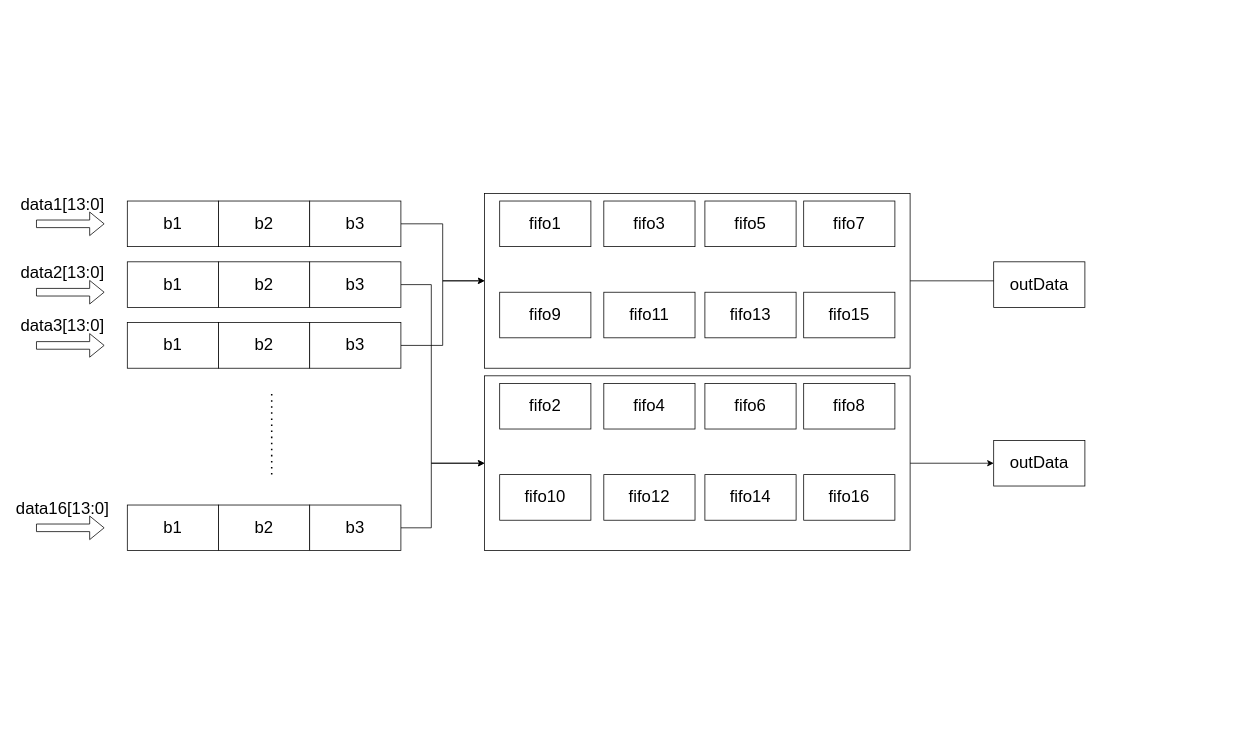
Above: pre_data.drawio in jinhaohust/doudizhu_poker (draw.io), before the change. Source tidied: cells renumbered, new cells numbered last; positions are measured from the earlier drawing's top-left corner, leaving out a move shared by most shapes. Both pictures are drawn from the tidied source at 76%, with x=0, y=0 at pixel (13, 185).
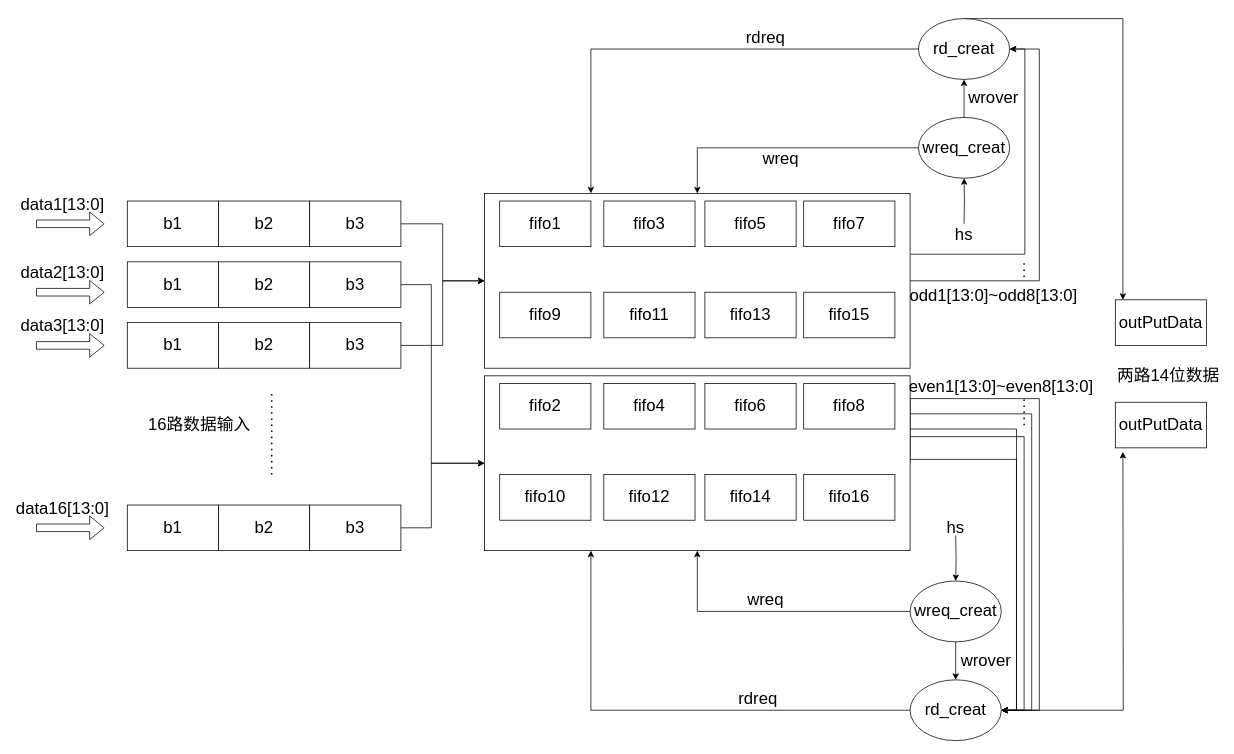
The same diagram, later.

Unchanged cells that the change refers to:
```xml
<mxCell id="28" style="rounded=0;whiteSpace=wrap;html=1;fontSize=22;" parent="1" vertex="1">
  <mxGeometry x="620" y="10" width="560" height="230" as="geometry" />
</mxCell>
<mxCell id="38" style="rounded=0;whiteSpace=wrap;html=1;fontSize=22;" parent="1" vertex="1">
  <mxGeometry x="620" y="250" width="560" height="230" as="geometry" />
</mxCell>
```

What changed in the source:
```diff
@@
-    <mxCell id="27" style="edgeStyle=orthogonalEdgeStyle;rounded=0;jettySize=auto;html=1;entryX=0.083;entryY=0.417;entryDx=0;entryDy=0;entryPerimeter=0;fontSize=22;" parent="1" edge="1" source="28" target="47">
-      <mxGeometry relative="1" as="geometry" />
-    </mxCell>
+    <mxCell id="49" style="edgeStyle=orthogonalEdgeStyle;rounded=0;jettySize=auto;html=1;fontSize=22;entryX=1;entryY=0.5;entryDx=0;entryDy=0;" parent="1" edge="1" source="28" target="74">
+      <mxGeometry relative="1" as="geometry">
+        <Array as="points">
+          <mxPoint x="1350" y="125" />
+          <mxPoint x="1350" y="-180" />
+        </Array>
+      </mxGeometry>
+    </mxCell>
+    <mxCell id="50" style="edgeStyle=orthogonalEdgeStyle;rounded=0;jettySize=auto;html=1;entryX=1;entryY=0.5;entryDx=0;entryDy=0;fontSize=22;" parent="1" edge="1" source="28" target="74">
+      <mxGeometry relative="1" as="geometry">
+        <Array as="points">
+          <mxPoint x="1331" y="90" />
+          <mxPoint x="1331" y="-180" />
+        </Array>
+      </mxGeometry>
+    </mxCell>
@@
-    <mxCell id="37" style="edgeStyle=orthogonalEdgeStyle;rounded=0;jettySize=auto;html=1;exitX=1;exitY=0.5;exitDx=0;exitDy=0;entryX=0;entryY=0.5;entryDx=0;entryDy=0;fontSize=22;" parent="1" edge="1" source="38" target="48">
-      <mxGeometry relative="1" as="geometry" />
+    <mxCell id="37" style="edgeStyle=orthogonalEdgeStyle;rounded=0;jettySize=auto;html=1;exitX=1;exitY=0.5;exitDx=0;exitDy=0;entryX=1;entryY=0.5;entryDx=0;entryDy=0;fontSize=22;" parent="1" edge="1" source="38" target="77">
+      <mxGeometry relative="1" as="geometry">
+        <Array as="points">
+          <mxPoint x="1180" y="280" />
+          <mxPoint x="1350" y="280" />
+          <mxPoint x="1350" y="690" />
+        </Array>
+      </mxGeometry>
     </mxCell>
+    <mxCell id="51" style="edgeStyle=orthogonalEdgeStyle;rounded=0;jettySize=auto;html=1;entryX=1;entryY=0.5;entryDx=0;entryDy=0;fontSize=22;" parent="1" edge="1" source="38" target="77">
+      <mxGeometry relative="1" as="geometry">
+        <Array as="points">
+          <mxPoint x="1340" y="300" />
+          <mxPoint x="1340" y="690" />
+        </Array>
+      </mxGeometry>
+    </mxCell>
+    <mxCell id="52" style="edgeStyle=orthogonalEdgeStyle;rounded=0;jettySize=auto;html=1;entryX=1;entryY=0.5;entryDx=0;entryDy=0;fontSize=22;" parent="1" edge="1" source="38" target="77">
+      <mxGeometry relative="1" as="geometry">
+        <Array as="points">
+          <mxPoint x="1320" y="320" />
+          <mxPoint x="1320" y="690" />
+        </Array>
+      </mxGeometry>
+    </mxCell>
+    <mxCell id="53" style="edgeStyle=orthogonalEdgeStyle;rounded=0;jettySize=auto;html=1;fontSize=22;entryX=1;entryY=0.5;entryDx=0;entryDy=0;" parent="1" edge="1" source="38" target="77">
+      <mxGeometry relative="1" as="geometry">
+        <Array as="points">
+          <mxPoint x="1330" y="330" />
+          <mxPoint x="1330" y="690" />
+        </Array>
+      </mxGeometry>
+    </mxCell>
+    <mxCell id="54" style="edgeStyle=orthogonalEdgeStyle;rounded=0;jettySize=auto;html=1;entryX=1;entryY=0.5;entryDx=0;entryDy=0;fontSize=22;" parent="1" edge="1" source="38" target="77">
+      <mxGeometry relative="1" as="geometry">
+        <Array as="points">
+          <mxPoint x="1320" y="360" />
+          <mxPoint x="1320" y="690" />
+        </Array>
+      </mxGeometry>
+    </mxCell>
@@
-    <mxCell id="47" value="outData" style="rounded=0;whiteSpace=wrap;html=1;fontSize=22;" parent="1" vertex="1">
-      <mxGeometry x="1290" y="100" width="120" height="60" as="geometry" />
-    </mxCell>
-    <mxCell id="48" value="outData" style="rounded=0;whiteSpace=wrap;html=1;fontSize=22;" parent="1" vertex="1">
-      <mxGeometry x="1290" y="335" width="120" height="60" as="geometry" />
-    </mxCell>
+    <mxCell id="55" style="edgeStyle=orthogonalEdgeStyle;rounded=0;jettySize=auto;html=1;entryX=0.5;entryY=0;entryDx=0;entryDy=0;fontSize=22;" parent="1" edge="1" source="58" target="28">
+      <mxGeometry relative="1" as="geometry" />
+    </mxCell>
+    <mxCell id="56" style="edgeStyle=orthogonalEdgeStyle;rounded=0;jettySize=auto;html=1;fontSize=22;" parent="1" edge="1" target="58">
+      <mxGeometry relative="1" as="geometry">
+        <mxPoint x="1251" y="50" as="sourcePoint" />
+      </mxGeometry>
+    </mxCell>
+    <mxCell id="57" style="edgeStyle=orthogonalEdgeStyle;rounded=0;jettySize=auto;html=1;entryX=0.5;entryY=1;entryDx=0;entryDy=0;fontSize=22;" parent="1" edge="1" source="58" target="74">
+      <mxGeometry relative="1" as="geometry" />
+    </mxCell>
+    <mxCell id="58" value="&lt;span&gt;wreq_creat&lt;/span&gt;" style="ellipse;whiteSpace=wrap;html=1;fontSize=22;" parent="1" vertex="1">
+      <mxGeometry x="1191" y="-90" width="120" height="80" as="geometry" />
+    </mxCell>
+    <mxCell id="59" style="edgeStyle=orthogonalEdgeStyle;rounded=0;jettySize=auto;html=1;entryX=0.5;entryY=1;entryDx=0;entryDy=0;fontSize=22;" parent="1" edge="1" source="62" target="38">
+      <mxGeometry relative="1" as="geometry">
+        <Array as="points">
+          <mxPoint x="900" y="560" />
+        </Array>
+      </mxGeometry>
+    </mxCell>
+    <mxCell id="60" style="edgeStyle=orthogonalEdgeStyle;rounded=0;jettySize=auto;html=1;fontSize=22;" parent="1" edge="1" target="62">
+      <mxGeometry relative="1" as="geometry">
+        <mxPoint x="1240" y="460" as="sourcePoint" />
+      </mxGeometry>
+    </mxCell>
+    <mxCell id="61" style="edgeStyle=orthogonalEdgeStyle;rounded=0;jettySize=auto;html=1;entryX=0.5;entryY=0;entryDx=0;entryDy=0;fontSize=22;" parent="1" edge="1" source="62" target="77">
+      <mxGeometry relative="1" as="geometry" />
+    </mxCell>
+    <mxCell id="62" value="wreq_creat" style="ellipse;whiteSpace=wrap;html=1;fontSize=22;" parent="1" vertex="1">
+      <mxGeometry x="1180" y="520" width="120" height="80" as="geometry" />
+    </mxCell>
+    <mxCell id="63" value="wrover" style="text;html=1;strokeColor=none;fillColor=none;align=center;verticalAlign=middle;whiteSpace=wrap;rounded=0;fontSize=22;" parent="1" vertex="1">
+      <mxGeometry x="1240" y="610" width="80" height="30" as="geometry" />
+    </mxCell>
+    <mxCell id="64" value="wrover" style="text;html=1;strokeColor=none;fillColor=none;align=center;verticalAlign=middle;whiteSpace=wrap;rounded=0;fontSize=22;" parent="1" vertex="1">
+      <mxGeometry x="1250" y="-130" width="80" height="30" as="geometry" />
+    </mxCell>
+    <mxCell id="65" value="wreq" style="text;html=1;strokeColor=none;fillColor=none;align=center;verticalAlign=middle;whiteSpace=wrap;rounded=0;fontSize=22;" parent="1" vertex="1">
+      <mxGeometry x="960" y="530" width="60" height="30" as="geometry" />
+    </mxCell>
+    <mxCell id="66" value="wreq" style="text;html=1;strokeColor=none;fillColor=none;align=center;verticalAlign=middle;whiteSpace=wrap;rounded=0;fontSize=22;" parent="1" vertex="1">
+      <mxGeometry x="980" y="-50" width="60" height="30" as="geometry" />
+    </mxCell>
+    <mxCell id="67" value="hs" style="text;html=1;strokeColor=none;fillColor=none;align=center;verticalAlign=middle;whiteSpace=wrap;rounded=0;fontSize=22;" parent="1" vertex="1">
+      <mxGeometry x="1221" y="50" width="60" height="30" as="geometry" />
+    </mxCell>
+    <mxCell id="68" value="hs" style="text;html=1;strokeColor=none;fillColor=none;align=center;verticalAlign=middle;whiteSpace=wrap;rounded=0;fontSize=22;" parent="1" vertex="1">
+      <mxGeometry x="1210" y="435" width="60" height="30" as="geometry" />
+    </mxCell>
+    <mxCell id="69" value="odd1[13:0]~odd8[13:0]" style="text;html=1;strokeColor=none;fillColor=none;align=center;verticalAlign=middle;whiteSpace=wrap;rounded=0;fontSize=22;" parent="1" vertex="1">
+      <mxGeometry x="1235" y="130" width="110" height="30" as="geometry" />
+    </mxCell>
+    <mxCell id="70" value="even1[13:0]~even8[13:0]" style="text;html=1;strokeColor=none;fillColor=none;align=center;verticalAlign=middle;whiteSpace=wrap;rounded=0;fontSize=22;" parent="1" vertex="1">
+      <mxGeometry x="1270" y="250" width="60" height="30" as="geometry" />
+    </mxCell>
+    <mxCell id="71" value="16路数据输入" style="text;html=1;strokeColor=none;fillColor=none;align=center;verticalAlign=middle;whiteSpace=wrap;rounded=0;fontSize=22;" parent="1" vertex="1">
+      <mxGeometry x="170" y="292" width="150" height="45.5" as="geometry" />
+    </mxCell>
+    <mxCell id="72" style="edgeStyle=orthogonalEdgeStyle;rounded=0;jettySize=auto;html=1;entryX=0.25;entryY=0;entryDx=0;entryDy=0;fontSize=22;" parent="1" edge="1" source="74" target="28">
+      <mxGeometry relative="1" as="geometry" />
+    </mxCell>
+    <mxCell id="73" style="edgeStyle=orthogonalEdgeStyle;rounded=0;jettySize=auto;html=1;fontSize=22;" parent="1" edge="1" source="74">
+      <mxGeometry relative="1" as="geometry">
+        <mxPoint x="1460" y="150" as="targetPoint" />
+        <Array as="points">
+          <mxPoint x="1460" y="-220" />
+          <mxPoint x="1460" y="130" />
+        </Array>
+      </mxGeometry>
+    </mxCell>
+    <mxCell id="74" value="rd_creat" style="ellipse;whiteSpace=wrap;html=1;fontSize=22;" parent="1" vertex="1">
+      <mxGeometry x="1191" y="-220" width="120" height="80" as="geometry" />
+    </mxCell>
+    <mxCell id="75" style="edgeStyle=orthogonalEdgeStyle;rounded=0;jettySize=auto;html=1;entryX=0.25;entryY=1;entryDx=0;entryDy=0;fontSize=22;" parent="1" edge="1" source="77" target="38">
+      <mxGeometry relative="1" as="geometry">
+        <Array as="points">
+          <mxPoint x="760" y="690" />
+        </Array>
+      </mxGeometry>
+    </mxCell>
+    <mxCell id="76" style="edgeStyle=orthogonalEdgeStyle;rounded=0;jettySize=auto;html=1;fontSize=22;" parent="1" edge="1" source="77">
+      <mxGeometry relative="1" as="geometry">
+        <mxPoint x="1460" y="350" as="targetPoint" />
+      </mxGeometry>
+    </mxCell>
+    <mxCell id="77" value="rd_creat" style="ellipse;whiteSpace=wrap;html=1;fontSize=22;" parent="1" vertex="1">
+      <mxGeometry x="1180" y="650" width="120" height="80" as="geometry" />
+    </mxCell>
+    <mxCell id="78" value="rdreq" style="text;html=1;strokeColor=none;fillColor=none;align=center;verticalAlign=middle;whiteSpace=wrap;rounded=0;fontSize=22;" parent="1" vertex="1">
+      <mxGeometry x="950" y="660" width="60" height="30" as="geometry" />
+    </mxCell>
+    <mxCell id="79" value="rdreq" style="text;html=1;strokeColor=none;fillColor=none;align=center;verticalAlign=middle;whiteSpace=wrap;rounded=0;fontSize=22;" parent="1" vertex="1">
+      <mxGeometry x="960" y="-210" width="60" height="30" as="geometry" />
+    </mxCell>
+    <mxCell id="80" style="endArrow=none;dashed=1;html=1;dashPattern=1 3;strokeWidth=2;rounded=0;fontSize=22;" parent="1" edge="1">
+      <mxGeometry relative="1" as="geometry">
+        <mxPoint x="1330" y="315" as="sourcePoint" />
+        <mxPoint x="1330" y="275" as="targetPoint" />
+      </mxGeometry>
+    </mxCell>
+    <mxCell id="81" style="endArrow=none;dashed=1;html=1;dashPattern=1 3;strokeWidth=2;rounded=0;fontSize=22;" parent="1" edge="1">
+      <mxGeometry relative="1" as="geometry">
+        <mxPoint x="1330" y="120" as="sourcePoint" />
+        <mxPoint x="1330" y="100" as="targetPoint" />
+      </mxGeometry>
+    </mxCell>
+    <mxCell id="82" value="outPutData" style="rounded=0;whiteSpace=wrap;html=1;fontSize=22;" parent="1" vertex="1">
+      <mxGeometry x="1450" y="150" width="120" height="60" as="geometry" />
+    </mxCell>
+    <mxCell id="83" value="outPutData" style="rounded=0;whiteSpace=wrap;html=1;fontSize=22;" parent="1" vertex="1">
+      <mxGeometry x="1450" y="284.8" width="120" height="60" as="geometry" />
+    </mxCell>
+    <mxCell id="84" value="两路14位数据" style="text;html=1;strokeColor=none;fillColor=none;align=center;verticalAlign=middle;whiteSpace=wrap;rounded=0;fontSize=22;" parent="1" vertex="1">
+      <mxGeometry x="1450" y="220" width="140" height="60" as="geometry" />
+    </mxCell>
```
